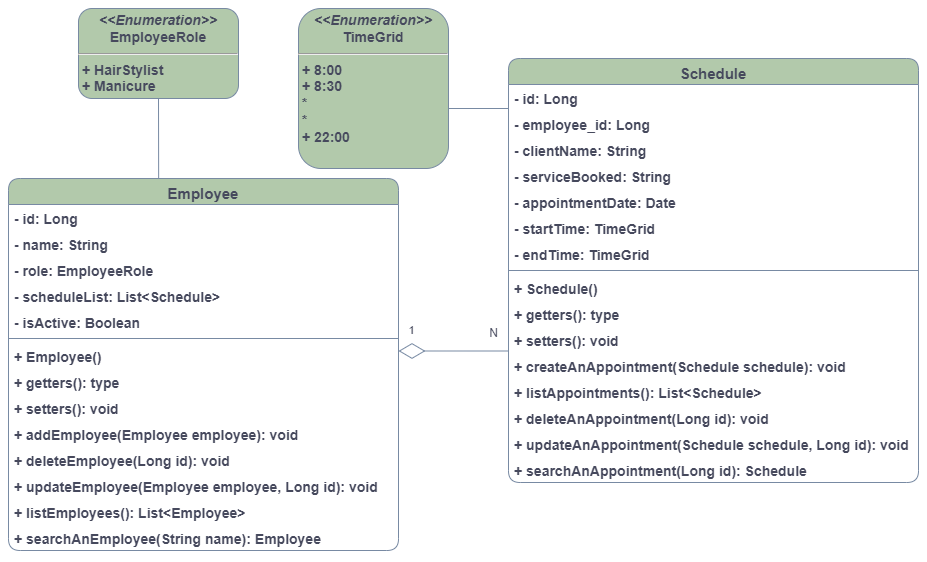
This is Documentation/Class_Diagram.png from NeoJhonn/ScheduEase, a draw.io export, as it was before one commit. Source tidied: cells renumbered, new cells last; positions are measured from the earlier drawing's top-left corner, leaving out a move shared by most shapes.
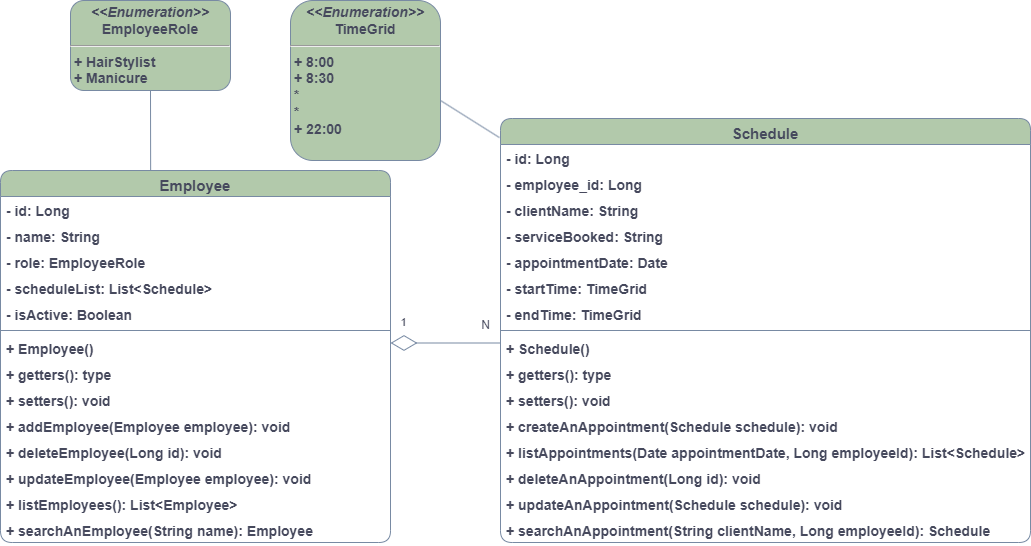
After the change.

Commit message:
Update Class Diagram

The edit, as a diff of the source:
```diff
@@ -38,7 +38,7 @@
     <mxCell id="13" value="+ deleteEmployee(Long id): void" style="text;strokeColor=none;fillColor=none;align=left;verticalAlign=top;spacingLeft=4;spacingRight=4;overflow=hidden;whiteSpace=wrap;html=1;labelBackgroundColor=none;fontColor=#46495D;rounded=1;fontSize=14;fontStyle=1;" parent="2" vertex="1">
       <mxGeometry y="268" width="390" height="26" as="geometry" />
     </mxCell>
-    <mxCell id="14" value="+ updateEmployee(Employee employee, Long id): void" style="text;strokeColor=none;fillColor=none;align=left;verticalAlign=top;spacingLeft=4;spacingRight=4;overflow=hidden;whiteSpace=wrap;html=1;labelBackgroundColor=none;fontColor=#46495D;rounded=1;fontSize=14;fontStyle=1;" parent="2" vertex="1">
+    <mxCell id="14" value="+ updateEmployee(Employee employee): void" style="text;strokeColor=none;fillColor=none;align=left;verticalAlign=top;spacingLeft=4;spacingRight=4;overflow=hidden;whiteSpace=wrap;html=1;labelBackgroundColor=none;fontColor=#46495D;rounded=1;fontSize=14;fontStyle=1;" parent="2" vertex="1">
       <mxGeometry y="294" width="390" height="26" as="geometry" />
     </mxCell>
     <mxCell id="15" value="+ listEmployees(): List&amp;lt;Employee&amp;gt;" style="text;strokeColor=none;fillColor=none;align=left;verticalAlign=top;spacingLeft=4;spacingRight=4;overflow=hidden;whiteSpace=wrap;html=1;labelBackgroundColor=none;fontColor=#46495D;rounded=1;fontSize=14;fontStyle=1;" parent="2" vertex="1">
@@ -48,55 +48,55 @@
       <mxGeometry y="346" width="390" height="26" as="geometry" />
     </mxCell>
     <mxCell id="17" value="Schedule" style="swimlane;fontStyle=1;align=center;verticalAlign=top;horizontal=1;startSize=26;whiteSpace=wrap;html=1;fillColor=#B2C9AB;strokeColor=#788AA3;labelBackgroundColor=none;fontColor=#46495D;rounded=1;fontSize=15;" parent="1" vertex="1">
-      <mxGeometry x="500" y="50" width="410" height="424" as="geometry" />
+      <mxGeometry x="500" y="118" width="530" height="424" as="geometry" />
     </mxCell>
     <mxCell id="18" value="- id: Long" style="text;strokeColor=none;fillColor=none;align=left;verticalAlign=top;spacingLeft=4;spacingRight=4;overflow=hidden;whiteSpace=wrap;html=1;labelBackgroundColor=none;fontColor=#46495D;rounded=1;fontSize=14;fontStyle=1;" parent="17" vertex="1">
-      <mxGeometry y="26" width="410" height="26" as="geometry" />
+      <mxGeometry y="26" width="530" height="26" as="geometry" />
     </mxCell>
     <mxCell id="19" value="- employee_id: Long" style="text;strokeColor=none;fillColor=none;align=left;verticalAlign=top;spacingLeft=4;spacingRight=4;overflow=hidden;whiteSpace=wrap;html=1;labelBackgroundColor=none;fontColor=#46495D;rounded=1;fontSize=14;fontStyle=1;" parent="17" vertex="1">
-      <mxGeometry y="52" width="410" height="26" as="geometry" />
+      <mxGeometry y="52" width="530" height="26" as="geometry" />
     </mxCell>
     <mxCell id="20" value="- clientName: String" style="text;strokeColor=none;fillColor=none;align=left;verticalAlign=top;spacingLeft=4;spacingRight=4;overflow=hidden;whiteSpace=wrap;html=1;labelBackgroundColor=none;fontColor=#46495D;rounded=1;fontSize=14;fontStyle=1;" parent="17" vertex="1">
-      <mxGeometry y="78" width="410" height="26" as="geometry" />
+      <mxGeometry y="78" width="530" height="26" as="geometry" />
     </mxCell>
     <mxCell id="21" value="- serviceBooked: String" style="text;strokeColor=none;fillColor=none;align=left;verticalAlign=top;spacingLeft=4;spacingRight=4;overflow=hidden;whiteSpace=wrap;html=1;labelBackgroundColor=none;fontColor=#46495D;rounded=1;fontSize=14;fontStyle=1;" parent="17" vertex="1">
-      <mxGeometry y="104" width="410" height="26" as="geometry" />
+      <mxGeometry y="104" width="530" height="26" as="geometry" />
     </mxCell>
     <mxCell id="22" value="- appointmentDate: Date" style="text;strokeColor=none;fillColor=none;align=left;verticalAlign=top;spacingLeft=4;spacingRight=4;overflow=hidden;whiteSpace=wrap;html=1;labelBackgroundColor=none;fontColor=#46495D;rounded=1;fontSize=14;fontStyle=1;" parent="17" vertex="1">
-      <mxGeometry y="130" width="410" height="26" as="geometry" />
+      <mxGeometry y="130" width="530" height="26" as="geometry" />
     </mxCell>
     <mxCell id="23" value="&lt;div style=&quot;text-align: center; font-size: 14px;&quot;&gt;&lt;span style=&quot;background-color: initial; font-size: 14px;&quot;&gt;- startTime: TimeGrid&lt;/span&gt;&lt;/div&gt;" style="text;strokeColor=none;fillColor=none;align=left;verticalAlign=top;spacingLeft=4;spacingRight=4;overflow=hidden;whiteSpace=wrap;html=1;labelBackgroundColor=none;fontColor=#46495D;rounded=1;fontSize=14;fontStyle=1;" parent="17" vertex="1">
-      <mxGeometry y="156" width="410" height="26" as="geometry" />
+      <mxGeometry y="156" width="530" height="26" as="geometry" />
     </mxCell>
     <mxCell id="24" value="- endTime:&amp;nbsp;TimeGrid" style="text;strokeColor=none;fillColor=none;align=left;verticalAlign=top;spacingLeft=4;spacingRight=4;overflow=hidden;whiteSpace=wrap;html=1;labelBackgroundColor=none;fontColor=#46495D;rounded=1;fontSize=14;fontStyle=1;" parent="17" vertex="1">
-      <mxGeometry y="182" width="410" height="26" as="geometry" />
+      <mxGeometry y="182" width="530" height="26" as="geometry" />
     </mxCell>
     <mxCell id="25" style="line;strokeWidth=1;fillColor=none;align=left;verticalAlign=middle;spacingTop=-1;spacingLeft=3;spacingRight=3;labelPosition=right;strokeColor=#788AA3;labelBackgroundColor=none;fontColor=#46495D;rounded=1;" parent="17" vertex="1">
-      <mxGeometry y="208" width="410" height="8" as="geometry" />
+      <mxGeometry y="208" width="530" height="8" as="geometry" />
     </mxCell>
     <mxCell id="26" value="+ Schedule()" style="text;strokeColor=none;fillColor=none;align=left;verticalAlign=top;spacingLeft=4;spacingRight=4;overflow=hidden;whiteSpace=wrap;html=1;labelBackgroundColor=none;fontColor=#46495D;rounded=1;fontSize=14;fontStyle=1;" parent="17" vertex="1">
-      <mxGeometry y="216" width="410" height="26" as="geometry" />
+      <mxGeometry y="216" width="530" height="26" as="geometry" />
     </mxCell>
     <mxCell id="27" value="+ getters(): type" style="text;strokeColor=none;fillColor=none;align=left;verticalAlign=top;spacingLeft=4;spacingRight=4;overflow=hidden;whiteSpace=wrap;html=1;labelBackgroundColor=none;fontColor=#46495D;rounded=1;fontSize=14;fontStyle=1;" parent="17" vertex="1">
-      <mxGeometry y="242" width="410" height="26" as="geometry" />
+      <mxGeometry y="242" width="530" height="26" as="geometry" />
     </mxCell>
     <mxCell id="28" value="+ setters(): void" style="text;strokeColor=none;fillColor=none;align=left;verticalAlign=top;spacingLeft=4;spacingRight=4;overflow=hidden;whiteSpace=wrap;html=1;labelBackgroundColor=none;fontColor=#46495D;rounded=1;fontSize=14;fontStyle=1;" parent="17" vertex="1">
-      <mxGeometry y="268" width="410" height="26" as="geometry" />
+      <mxGeometry y="268" width="530" height="26" as="geometry" />
     </mxCell>
     <mxCell id="29" value="+ createAnAppointment(Schedule schedule): void" style="text;strokeColor=none;fillColor=none;align=left;verticalAlign=top;spacingLeft=4;spacingRight=4;overflow=hidden;whiteSpace=wrap;html=1;labelBackgroundColor=none;fontColor=#46495D;rounded=1;fontSize=14;fontStyle=1;" parent="17" vertex="1">
-      <mxGeometry y="294" width="410" height="26" as="geometry" />
+      <mxGeometry y="294" width="530" height="26" as="geometry" />
     </mxCell>
-    <mxCell id="30" value="+ listAppointments(): List&amp;lt;Schedule&amp;gt;" style="text;strokeColor=none;fillColor=none;align=left;verticalAlign=top;spacingLeft=4;spacingRight=4;overflow=hidden;whiteSpace=wrap;html=1;labelBackgroundColor=none;fontColor=#46495D;rounded=1;fontSize=14;fontStyle=1;" parent="17" vertex="1">
-      <mxGeometry y="320" width="410" height="26" as="geometry" />
+    <mxCell id="30" value="+ listAppointments(Date appointmentDate, Long employeeId): List&amp;lt;Schedule&amp;gt;" style="text;strokeColor=none;fillColor=none;align=left;verticalAlign=top;spacingLeft=4;spacingRight=4;overflow=hidden;whiteSpace=wrap;html=1;labelBackgroundColor=none;fontColor=#46495D;rounded=1;fontSize=14;fontStyle=1;" parent="17" vertex="1">
+      <mxGeometry y="320" width="530" height="26" as="geometry" />
     </mxCell>
     <mxCell id="31" value="+ deleteAnAppointment(Long id): void" style="text;strokeColor=none;fillColor=none;align=left;verticalAlign=top;spacingLeft=4;spacingRight=4;overflow=hidden;whiteSpace=wrap;html=1;labelBackgroundColor=none;fontColor=#46495D;rounded=1;fontSize=14;fontStyle=1;" parent="17" vertex="1">
-      <mxGeometry y="346" width="410" height="26" as="geometry" />
+      <mxGeometry y="346" width="530" height="26" as="geometry" />
     </mxCell>
-    <mxCell id="32" value="+ updateAnAppointment(Schedule schedule, Long id): void" style="text;strokeColor=none;fillColor=none;align=left;verticalAlign=top;spacingLeft=4;spacingRight=4;overflow=hidden;whiteSpace=wrap;html=1;labelBackgroundColor=none;fontColor=#46495D;rounded=1;fontSize=14;fontStyle=1;" parent="17" vertex="1">
-      <mxGeometry y="372" width="410" height="26" as="geometry" />
+    <mxCell id="32" value="+ updateAnAppointment(Schedule schedule): void" style="text;strokeColor=none;fillColor=none;align=left;verticalAlign=top;spacingLeft=4;spacingRight=4;overflow=hidden;whiteSpace=wrap;html=1;labelBackgroundColor=none;fontColor=#46495D;rounded=1;fontSize=14;fontStyle=1;" parent="17" vertex="1">
+      <mxGeometry y="372" width="530" height="26" as="geometry" />
     </mxCell>
-    <mxCell id="33" value="+ searchAnAppointment(Long id): Schedule" style="text;strokeColor=none;fillColor=none;align=left;verticalAlign=top;spacingLeft=4;spacingRight=4;overflow=hidden;whiteSpace=wrap;html=1;labelBackgroundColor=none;fontColor=#46495D;rounded=1;fontSize=14;fontStyle=1;" parent="17" vertex="1">
-      <mxGeometry y="398" width="410" height="26" as="geometry" />
+    <mxCell id="33" value="+ searchAnAppointment(String clientName, Long employeeId): Schedule" style="text;strokeColor=none;fillColor=none;align=left;verticalAlign=top;spacingLeft=4;spacingRight=4;overflow=hidden;whiteSpace=wrap;html=1;labelBackgroundColor=none;fontColor=#46495D;rounded=1;fontSize=14;fontStyle=1;" parent="17" vertex="1">
+      <mxGeometry y="398" width="530" height="26" as="geometry" />
     </mxCell>
     <mxCell id="34" value="&lt;p style=&quot;margin: 4px 0px 0px; text-align: center; font-size: 14px;&quot;&gt;&lt;i style=&quot;font-size: 14px;&quot;&gt;&amp;lt;&amp;lt;Enumeration&amp;gt;&amp;gt;&lt;/i&gt;&lt;br style=&quot;font-size: 14px;&quot;&gt;&lt;span style=&quot;font-size: 14px;&quot;&gt;EmployeeRole&lt;/span&gt;&lt;/p&gt;&lt;hr style=&quot;font-size: 14px;&quot;&gt;&lt;p style=&quot;margin: 0px 0px 0px 4px; font-size: 14px;&quot;&gt;+ HairStylist&lt;br style=&quot;font-size: 14px;&quot;&gt;+ Manicure&lt;/p&gt;&lt;p style=&quot;margin: 0px 0px 0px 4px; font-size: 14px;&quot;&gt;&lt;br style=&quot;font-size: 14px;&quot;&gt;&lt;/p&gt;" style="verticalAlign=top;align=left;overflow=fill;fontSize=14;fontFamily=Helvetica;html=1;whiteSpace=wrap;fillColor=#B2C9AB;strokeColor=#788AA3;labelBackgroundColor=none;fontColor=#46495D;rounded=1;fontStyle=1;" parent="1" vertex="1">
       <mxGeometry x="70" width="160" height="90" as="geometry" />
@@ -118,9 +118,8 @@
     <mxCell id="38" value="N" style="text;html=1;align=center;verticalAlign=middle;strokeColor=none;fillColor=none;labelBackgroundColor=none;fontColor=#46495D;rounded=1;" parent="1" vertex="1">
       <mxGeometry x="470" y="310" width="30" height="30" as="geometry" />
     </mxCell>
-    <mxCell id="39" style="endArrow=none;html=1;rounded=1;labelBackgroundColor=none;strokeColor=#788AA3;fontColor=default;" parent="1" edge="1">
+    <mxCell id="39" style="endArrow=none;html=1;rounded=1;labelBackgroundColor=none;strokeColor=#788AA3;fontColor=default;exitX=-0.002;exitY=0.045;exitDx=0;exitDy=0;exitPerimeter=0;" parent="1" edge="1" source="17">
       <mxGeometry relative="1" as="geometry">
-        <mxPoint x="500" y="100" as="sourcePoint" />
         <mxPoint x="440" y="100" as="targetPoint" />
       </mxGeometry>
     </mxCell>
```
